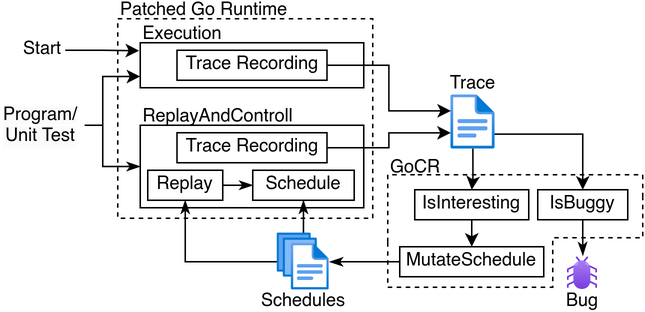
ErikKassubek/ADVOCATE keeps this draw.io diagram as doc/img/architecture/architecture.png. Above is the earlier version. Source tidied: cells renumbered, new cells last; positions are measured from the earlier drawing's top-left corner, leaving out a move shared by most shapes.
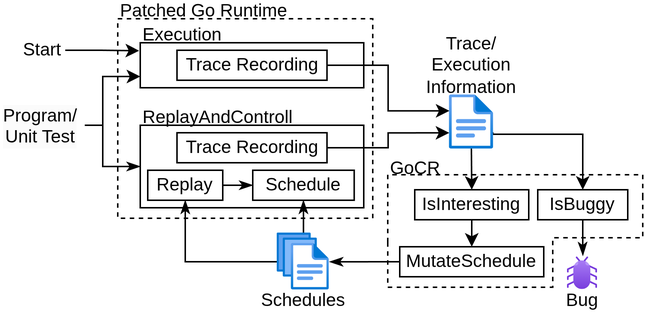
The same diagram one commit later.

Commit message:
update architecture drawing

Diff of the diagram source:
```diff
@@ -23,9 +23,9 @@
     <mxCell id="8" style="edgeStyle=orthogonalEdgeStyle;rounded=0;jettySize=auto;html=1;exitX=0.428;exitY=0.04;exitDx=0;exitDy=0;entryX=0.5;entryY=1;entryDx=0;entryDy=0;exitPerimeter=0;endArrow=classicThin;endFill=1;" parent="1" edge="1" source="12" target="6">
       <mxGeometry relative="1" as="geometry" />
     </mxCell>
-    <mxCell id="9" value="Trace" style="text;html=1;align=center;verticalAlign=middle;whiteSpace=wrap;rounded=0;" parent="1" vertex="1">
-      <mxGeometry x="297" y="46" width="36" height="16" as="geometry" />
-    </mxCell>
+    <mxCell id="42" value="Trace/&lt;div&gt;Execution Information&lt;/div&gt;" style="text;html=1;align=center;verticalAlign=middle;whiteSpace=wrap;rounded=0;" parent="1" vertex="1">
+      <mxGeometry x="271" y="26" width="86" height="30" as="geometry" />
+    </mxCell>
     <mxCell id="10" value="Bug" style="text;html=1;align=center;verticalAlign=middle;whiteSpace=wrap;rounded=0;" parent="1" vertex="1">
       <mxGeometry x="368" y="191" width="40" height="15" as="geometry" />
     </mxCell>
@@ -66,13 +66,13 @@
     <mxCell id="19" value="GoCR" style="text;html=1;align=left;verticalAlign=middle;whiteSpace=wrap;rounded=0;" parent="1" vertex="1">
       <mxGeometry x="258" y="103" width="47.4" height="14" as="geometry" />
     </mxCell>
-    <mxCell id="20" style="edgeStyle=orthogonalEdgeStyle;rounded=0;jettySize=auto;html=1;exitX=0.492;exitY=0.988;exitDx=0;exitDy=0;entryX=0.5;entryY=0;entryDx=0;entryDy=0;exitPerimeter=0;" parent="1" edge="1" source="28" target="38">
-      <mxGeometry relative="1" as="geometry">
-        <Array as="points">
-          <mxPoint x="314" y="116" />
-        </Array>
-      </mxGeometry>
-    </mxCell>
+    <mxCell id="43" style="edgeStyle=orthogonalEdgeStyle;rounded=0;jettySize=auto;html=1;exitX=0.492;exitY=0.988;exitDx=0;exitDy=0;entryX=0.5;entryY=0;entryDx=0;entryDy=0;exitPerimeter=0;" parent="1" edge="1" source="46" target="38">
+      <mxGeometry relative="1" as="geometry">
+        <Array as="points">
+          <mxPoint x="314" y="97" />
+        </Array>
+      </mxGeometry>
+    </mxCell>
     <mxCell id="21" style="rounded=0;whiteSpace=wrap;html=1;" parent="1" vertex="1">
       <mxGeometry x="93" y="26" width="149" height="30" as="geometry" />
     </mxCell>
@@ -82,70 +82,71 @@
     <mxCell id="23" value="Execution" style="text;html=1;align=left;verticalAlign=middle;whiteSpace=wrap;rounded=0;" parent="1" vertex="1">
       <mxGeometry x="93" y="16" width="60" height="10" as="geometry" />
     </mxCell>
-    <mxCell id="24" style="edgeStyle=orthogonalEdgeStyle;rounded=0;jettySize=auto;html=1;exitX=1;exitY=0.5;exitDx=0;exitDy=0;" parent="1" edge="1" source="25">
-      <mxGeometry relative="1" as="geometry">
-        <mxPoint x="92.3" y="31.3" as="targetPoint" />
-      </mxGeometry>
-    </mxCell>
+    <mxCell id="44" style="edgeStyle=orthogonalEdgeStyle;rounded=0;jettySize=auto;html=1;exitX=1;exitY=0.5;exitDx=0;exitDy=0;" parent="1" edge="1" source="25">
+      <mxGeometry relative="1" as="geometry">
+        <mxPoint x="92.3" y="31.3" as="targetPoint" />
+      </mxGeometry>
+    </mxCell>
     <mxCell id="25" value="Start" style="text;html=1;align=center;verticalAlign=middle;whiteSpace=wrap;rounded=0;" parent="1" vertex="1">
       <mxGeometry x="13" y="16" width="30" height="30" as="geometry" />
     </mxCell>
-    <mxCell id="26" style="edgeStyle=orthogonalEdgeStyle;rounded=0;jettySize=auto;html=1;exitX=0.973;exitY=0.719;exitDx=0;exitDy=0;entryX=0.5;entryY=0;entryDx=0;entryDy=0;exitPerimeter=0;" parent="1" edge="1" source="28" target="35">
-      <mxGeometry relative="1" as="geometry">
-        <Array as="points">
-          <mxPoint x="388" y="87" />
-        </Array>
-      </mxGeometry>
-    </mxCell>
+    <mxCell id="45" style="edgeStyle=orthogonalEdgeStyle;rounded=0;jettySize=auto;html=1;exitX=0.968;exitY=0.684;exitDx=0;exitDy=0;entryX=0.5;entryY=0;entryDx=0;entryDy=0;exitPerimeter=0;" parent="1" edge="1" source="46" target="35">
+      <mxGeometry relative="1" as="geometry">
+        <Array as="points">
+          <mxPoint x="328" y="87" />
+          <mxPoint x="388" y="87" />
+        </Array>
+      </mxGeometry>
+    </mxCell>
     <mxCell id="27" value="Patched Go Runtime" style="text;html=1;align=left;verticalAlign=middle;whiteSpace=wrap;rounded=0;" parent="1" vertex="1">
       <mxGeometry x="78" width="120" height="10" as="geometry" />
     </mxCell>
-    <mxCell id="28" style="image;html=1;points=[];align=center;fontSize=12;image=img/lib/azure2/general/File.svg;" parent="1" vertex="1">
-      <mxGeometry x="300" y="61" width="30" height="36" as="geometry" />
-    </mxCell>
-    <mxCell id="29" style="edgeStyle=orthogonalEdgeStyle;rounded=0;jettySize=auto;html=1;exitX=1;exitY=0.5;exitDx=0;exitDy=0;entryX=0.005;entryY=0.289;entryDx=0;entryDy=0;entryPerimeter=0;" parent="1" edge="1" source="22" target="28">
-      <mxGeometry relative="1" as="geometry" />
-    </mxCell>
-    <mxCell id="30" style="edgeStyle=orthogonalEdgeStyle;rounded=0;jettySize=auto;html=1;exitX=1;exitY=0.5;exitDx=0;exitDy=0;entryX=0.002;entryY=0.696;entryDx=0;entryDy=0;entryPerimeter=0;" parent="1" edge="1" source="7" target="28">
-      <mxGeometry relative="1" as="geometry" />
-    </mxCell>
-    <mxCell id="31" style="endArrow=none;html=1;rounded=0;dashed=1;" parent="1" edge="1">
-      <mxGeometry relative="1" as="geometry">
-        <mxPoint x="278" y="114" as="sourcePoint" />
-        <mxPoint x="428" y="129" as="targetPoint" />
-        <Array as="points">
-          <mxPoint x="428" y="114" />
-        </Array>
-      </mxGeometry>
-    </mxCell>
-    <mxCell id="32" style="endArrow=none;html=1;rounded=0;dashed=1;" parent="1" edge="1">
-      <mxGeometry relative="1" as="geometry">
-        <mxPoint x="258" y="159" as="sourcePoint" />
-        <mxPoint x="278" y="114" as="targetPoint" />
-        <Array as="points">
-          <mxPoint x="258" y="114" />
-        </Array>
-      </mxGeometry>
-    </mxCell>
-    <mxCell id="33" style="endArrow=none;html=1;rounded=0;dashed=1;" parent="1" edge="1">
-      <mxGeometry relative="1" as="geometry">
-        <mxPoint x="258" y="159" as="sourcePoint" />
-        <mxPoint x="368" y="179" as="targetPoint" />
-        <Array as="points">
-          <mxPoint x="258" y="189" />
-          <mxPoint x="368" y="189" />
-        </Array>
-      </mxGeometry>
-    </mxCell>
-    <mxCell id="34" style="endArrow=none;html=1;rounded=0;dashed=1;" parent="1" edge="1">
-      <mxGeometry relative="1" as="geometry">
-        <mxPoint x="368" y="179" as="sourcePoint" />
-        <mxPoint x="408" y="156" as="targetPoint" />
-        <Array as="points">
-          <mxPoint x="368" y="156" />
-        </Array>
-      </mxGeometry>
-    </mxCell>
+    <mxCell id="46" style="image;html=1;points=[];align=center;fontSize=12;image=img/lib/azure2/general/File.svg;" parent="1" vertex="1">
+      <mxGeometry x="299" y="61" width="30" height="36" as="geometry" />
+    </mxCell>
+    <mxCell id="47" style="edgeStyle=orthogonalEdgeStyle;rounded=0;jettySize=auto;html=1;exitX=1;exitY=0.5;exitDx=0;exitDy=0;entryX=0.005;entryY=0.289;entryDx=0;entryDy=0;entryPerimeter=0;" parent="1" edge="1" source="22" target="46">
+      <mxGeometry relative="1" as="geometry" />
+    </mxCell>
+    <mxCell id="48" style="edgeStyle=orthogonalEdgeStyle;rounded=0;jettySize=auto;html=1;exitX=1;exitY=0.5;exitDx=0;exitDy=0;entryX=0.002;entryY=0.696;entryDx=0;entryDy=0;entryPerimeter=0;" parent="1" edge="1" source="7" target="46">
+      <mxGeometry relative="1" as="geometry" />
+    </mxCell>
+    <mxCell id="49" style="endArrow=none;html=1;rounded=0;dashed=1;" parent="1" edge="1">
+      <mxGeometry relative="1" as="geometry">
+        <mxPoint x="278" y="114" as="sourcePoint" />
+        <mxPoint x="428" y="129" as="targetPoint" />
+        <Array as="points">
+          <mxPoint x="428" y="114" />
+        </Array>
+      </mxGeometry>
+    </mxCell>
+    <mxCell id="50" style="endArrow=none;html=1;rounded=0;dashed=1;" parent="1" edge="1">
+      <mxGeometry relative="1" as="geometry">
+        <mxPoint x="258" y="159" as="sourcePoint" />
+        <mxPoint x="278" y="114" as="targetPoint" />
+        <Array as="points">
+          <mxPoint x="258" y="114" />
+        </Array>
+      </mxGeometry>
+    </mxCell>
+    <mxCell id="51" style="endArrow=none;html=1;rounded=0;dashed=1;" parent="1" edge="1">
+      <mxGeometry relative="1" as="geometry">
+        <mxPoint x="258" y="159" as="sourcePoint" />
+        <mxPoint x="368" y="179" as="targetPoint" />
+        <Array as="points">
+          <mxPoint x="258" y="189" />
+          <mxPoint x="368" y="189" />
+        </Array>
+      </mxGeometry>
+    </mxCell>
+    <mxCell id="52" style="endArrow=none;html=1;rounded=0;dashed=1;" parent="1" edge="1">
+      <mxGeometry relative="1" as="geometry">
+        <mxPoint x="368" y="179" as="sourcePoint" />
+        <mxPoint x="408" y="156" as="targetPoint" />
+        <Array as="points">
+          <mxPoint x="368" y="156" />
+        </Array>
+      </mxGeometry>
+    </mxCell>
     <mxCell id="35" value="IsBuggy" style="rounded=0;whiteSpace=wrap;html=1;" parent="1" vertex="1">
       <mxGeometry x="358" y="124" width="60" height="20" as="geometry" />
     </mxCell>
@@ -164,14 +165,14 @@
     <mxCell id="40" style="edgeStyle=orthogonalEdgeStyle;rounded=0;jettySize=auto;html=1;exitX=0.5;exitY=1;exitDx=0;exitDy=0;entryX=0.5;entryY=0;entryDx=0;entryDy=0;" parent="1" edge="1" source="38" target="39">
       <mxGeometry relative="1" as="geometry" />
     </mxCell>
-    <mxCell id="41" style="endArrow=none;html=1;rounded=0;dashed=1;" parent="1" edge="1">
-      <mxGeometry relative="1" as="geometry">
-        <mxPoint x="411" y="156" as="sourcePoint" />
-        <mxPoint x="428" y="129" as="targetPoint" />
-        <Array as="points">
-          <mxPoint x="428" y="156" />
-        </Array>
-      </mxGeometry>
-    </mxCell>
+    <mxCell id="53" style="endArrow=none;html=1;rounded=0;dashed=1;" parent="1" edge="1">
+      <mxGeometry relative="1" as="geometry">
+        <mxPoint x="411" y="156" as="sourcePoint" />
+        <mxPoint x="428" y="129" as="targetPoint" />
+        <Array as="points">
+          <mxPoint x="428" y="156" />
+        </Array>
+      </mxGeometry>
+    </mxCell>
   </root>
 </mxGraphModel>
```
